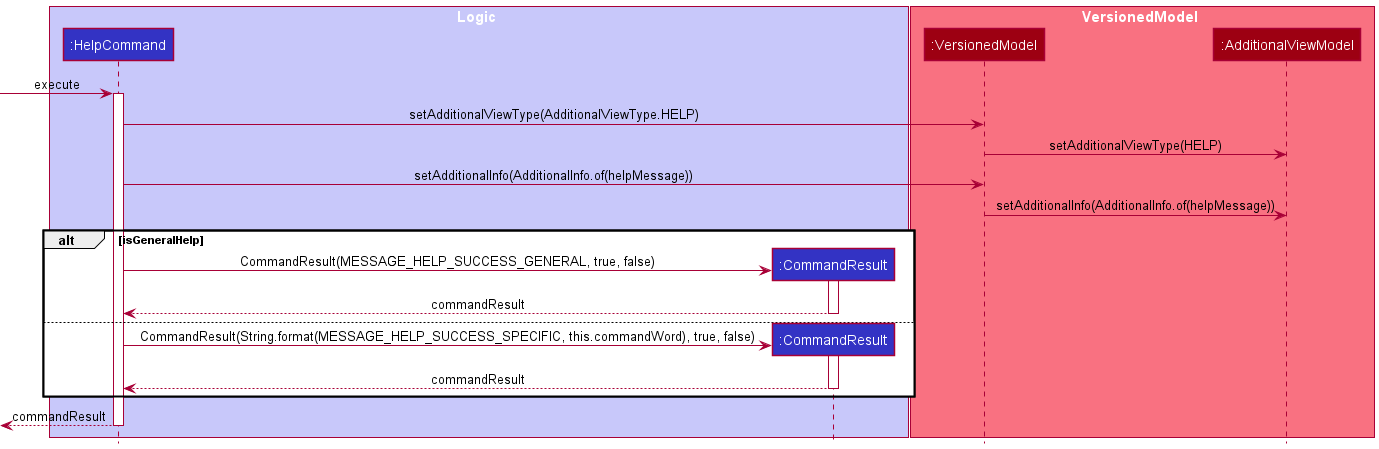
Before: docs/images/dg/logic/commands/helpcommand/HelpCommandSequenceDiagram.png, a diagram exported from PlantUML (nus-cs2103-AY2122S1/tp). Its source is kept beside it as docs/diagrams/logic/commands/helpcommand/HelpCommandSequenceDiagram.puml.
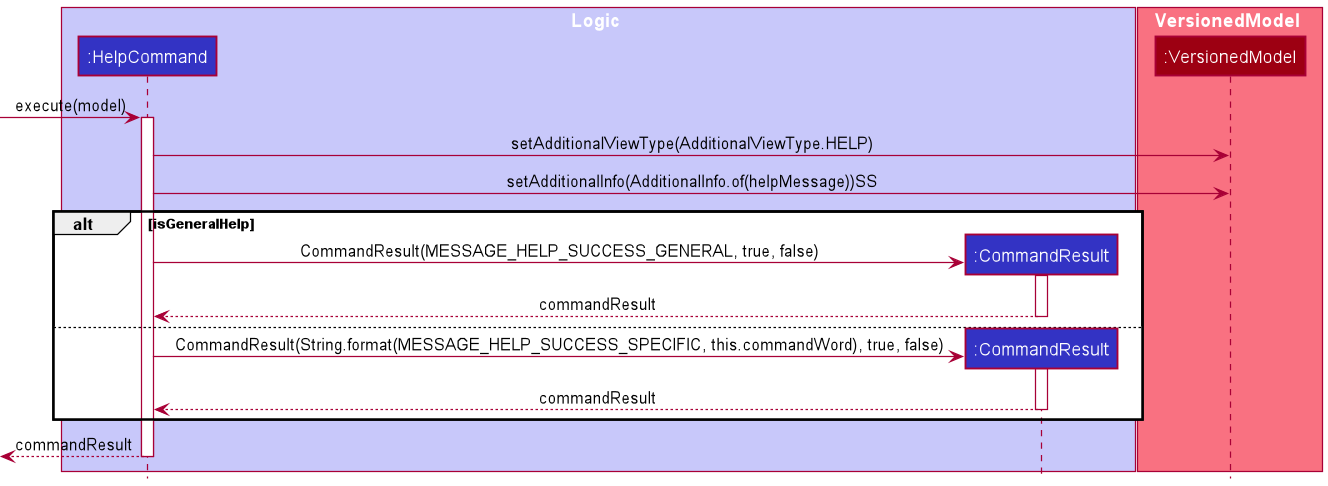
The same diagram one commit later.

Change to the diagram source:
```diff
@@ -8,27 +8,26 @@
 
 box VersionedModel MODEL_COLOR_T1
 participant ":VersionedModel" as versionedModel MODEL_COLOR
-participant ":AdditionalViewModel" as addViewModel MODEL_COLOR
 end box
 
 -> helpCommand: execute(model)
 activate helpCommand
 helpCommand -> versionedModel : setAdditionalViewType(AdditionalViewType.HELP)
-versionedModel -> addViewModel: setAdditionalViewType(HELP)
-
-helpCommand -> versionedModel : setAdditionalInfo(AdditionalInfo.of(helpMessage))
-versionedModel -> addViewModel: setAdditionalInfo(AdditionalInfo.of(helpMessage))
-
+helpCommand -> versionedModel : setAdditionalInfo(AdditionalInfo.of(helpMessage))SS
 alt isGeneralHelp
 create commandResult
-helpCommand -> commandResult ++ : CommandResult(MESSAGE_HELP_SUCCESS_GENERAL, true, false)
-commandResult --> helpCommand -- : commandResult
+helpCommand -> commandResult: CommandResult(MESSAGE_HELP_SUCCESS_GENERAL, true, false)
+activate commandResult
+commandResult --> helpCommand : commandResult
+deactivate commandResult
 
 else
 
 create commandResult
-helpCommand -> commandResult ++ : CommandResult(String.format(MESSAGE_HELP_SUCCESS_SPECIFIC, this.commandWord), true, false)
-commandResult --> helpCommand -- : commandResult
+helpCommand -> commandResult : CommandResult(String.format(MESSAGE_HELP_SUCCESS_SPECIFIC, this.commandWord), true, false)
+activate commandResult
+commandResult --> helpCommand : commandResult
+deactivate commandResult
 
 end
 <-- helpCommand -- : commandResult
```
